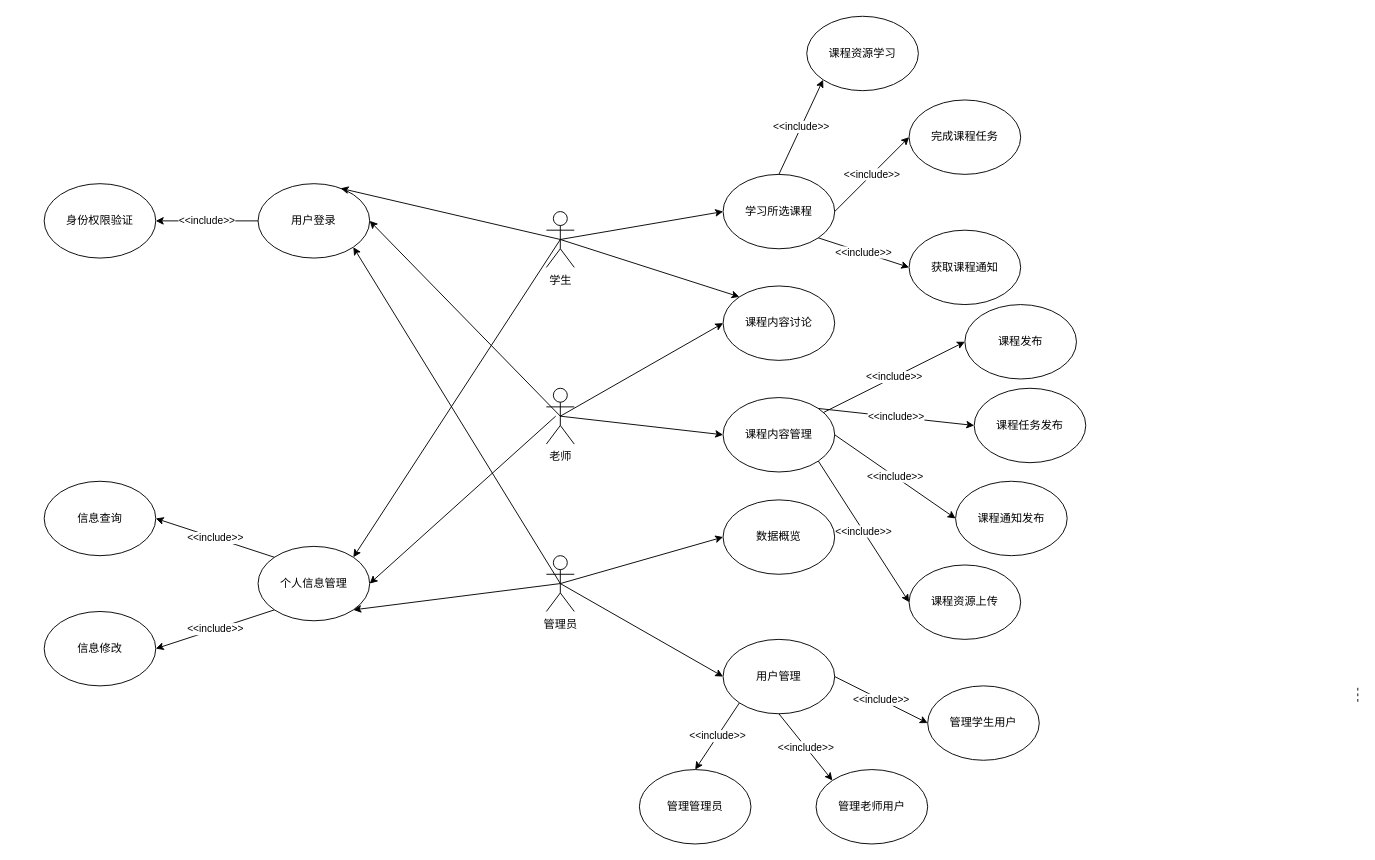
YuChenLiao/UML keeps this draw.io diagram as 未命名绘图.drawio. Above is the earlier version. Source tidied: cells renumbered, new cells numbered last; positions are measured from the earlier drawing's top-left corner, leaving out a move shared by most shapes. Both pictures are drawn from the tidied source at 93%, with x=0, y=0 at pixel (44, 16).
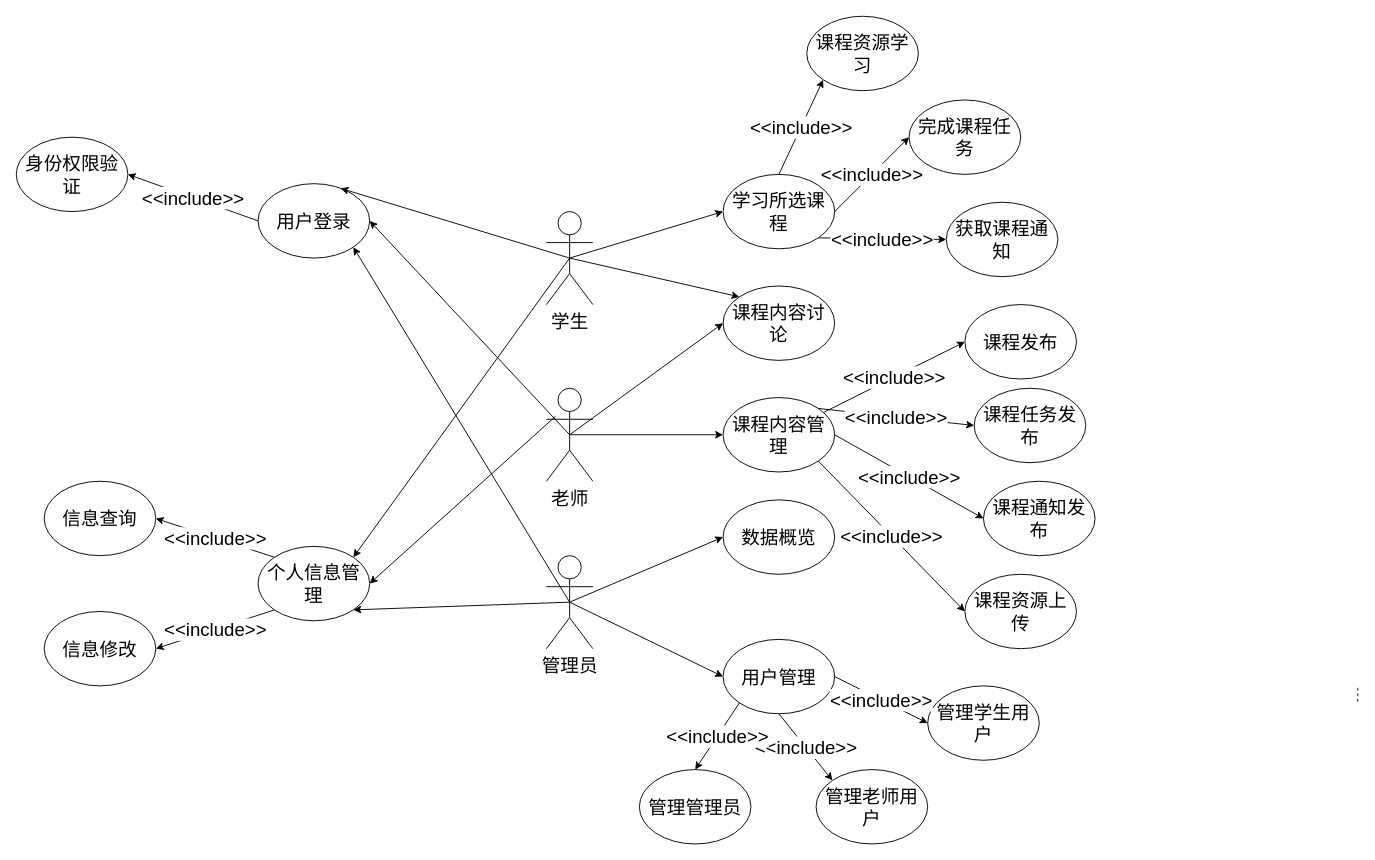
Above is the later version.

Commit message:
更新未命名绘图.drawio

Diff of the diagram source:
```diff
@@
-    <mxCell id="3" value="学生" style="shape=umlActor;verticalLabelPosition=bottom;verticalAlign=top;html=1;outlineConnect=0;" parent="1" vertex="1">
-      <mxGeometry x="540" y="210" width="30" height="60" as="geometry" />
+    <mxCell id="3" value="学生" style="shape=umlActor;verticalLabelPosition=bottom;verticalAlign=top;html=1;outlineConnect=0;fontSize=20;" parent="1" vertex="1">
+      <mxGeometry x="540" y="210" width="50" height="100" as="geometry" />
     </mxCell>
-    <mxCell id="4" value="老师" style="shape=umlActor;verticalLabelPosition=bottom;verticalAlign=top;html=1;outlineConnect=0;" parent="1" vertex="1">
-      <mxGeometry x="540" y="400" width="30" height="60" as="geometry" />
+    <mxCell id="4" value="老师" style="shape=umlActor;verticalLabelPosition=bottom;verticalAlign=top;html=1;outlineConnect=0;fontSize=20;" parent="1" vertex="1">
+      <mxGeometry x="540" y="400" width="50" height="100" as="geometry" />
     </mxCell>
-    <mxCell id="5" value="管理员" style="shape=umlActor;verticalLabelPosition=bottom;verticalAlign=top;html=1;outlineConnect=0;" parent="1" vertex="1">
-      <mxGeometry x="540" y="580" width="30" height="60" as="geometry" />
+    <mxCell id="5" value="管理员" style="shape=umlActor;verticalLabelPosition=bottom;verticalAlign=top;html=1;outlineConnect=0;fontSize=20;" parent="1" vertex="1">
+      <mxGeometry x="540" y="580" width="50" height="100" as="geometry" />
     </mxCell>
-    <mxCell id="6" value="用户登录" style="ellipse;whiteSpace=wrap;html=1;" parent="1" vertex="1">
+    <mxCell id="6" value="用户登录" style="ellipse;whiteSpace=wrap;html=1;fontSize=20;" parent="1" vertex="1">
       <mxGeometry x="230" y="180" width="120" height="80" as="geometry" />
     </mxCell>
-    <mxCell id="7" value="个人信息管理" style="ellipse;whiteSpace=wrap;html=1;" parent="1" vertex="1">
+    <mxCell id="7" value="个人信息管理" style="ellipse;whiteSpace=wrap;html=1;fontSize=20;" parent="1" vertex="1">
       <mxGeometry x="230" y="570" width="120" height="80" as="geometry" />
     </mxCell>
-    <mxCell id="8" style="endArrow=classic;html=1;rounded=0;exitX=0.5;exitY=0.5;exitDx=0;exitDy=0;exitPerimeter=0;entryX=0.74;entryY=0.063;entryDx=0;entryDy=0;entryPerimeter=0;" parent="1" edge="1" source="3" target="6">
+    <mxCell id="8" style="endArrow=classic;html=1;rounded=0;exitX=0.5;exitY=0.5;exitDx=0;exitDy=0;exitPerimeter=0;entryX=0.74;entryY=0.063;entryDx=0;entryDy=0;entryPerimeter=0;fontSize=20;" parent="1" edge="1" source="3" target="6">
       <mxGeometry relative="1" as="geometry" />
     </mxCell>
-    <mxCell id="9" style="endArrow=classic;html=1;rounded=0;exitX=0.5;exitY=0.5;exitDx=0;exitDy=0;exitPerimeter=0;entryX=1;entryY=0.5;entryDx=0;entryDy=0;" parent="1" edge="1" source="4" target="6">
+    <mxCell id="9" style="endArrow=classic;html=1;rounded=0;exitX=0.5;exitY=0.5;exitDx=0;exitDy=0;exitPerimeter=0;entryX=1;entryY=0.5;entryDx=0;entryDy=0;fontSize=20;" parent="1" edge="1" source="4" target="6">
       <mxGeometry relative="1" as="geometry" />
     </mxCell>
-    <mxCell id="10" style="endArrow=classic;html=1;rounded=0;exitX=0.5;exitY=0.5;exitDx=0;exitDy=0;exitPerimeter=0;entryX=1;entryY=1;entryDx=0;entryDy=0;" parent="1" edge="1" source="5" target="6">
+    <mxCell id="10" style="endArrow=classic;html=1;rounded=0;exitX=0.5;exitY=0.5;exitDx=0;exitDy=0;exitPerimeter=0;entryX=1;entryY=1;entryDx=0;entryDy=0;fontSize=20;" parent="1" edge="1" source="5" target="6">
       <mxGeometry relative="1" as="geometry" />
     </mxCell>
-    <mxCell id="11" style="endArrow=classic;html=1;rounded=0;entryX=1;entryY=0.5;entryDx=0;entryDy=0;" parent="1" edge="1" target="7">
+    <mxCell id="11" style="endArrow=classic;html=1;rounded=0;entryX=1;entryY=0.5;entryDx=0;entryDy=0;fontSize=20;" parent="1" edge="1" target="7">
       <mxGeometry relative="1" as="geometry">
         <mxPoint x="550" y="430" as="sourcePoint" />
       </mxGeometry>
     </mxCell>
-    <mxCell id="12" style="endArrow=classic;html=1;rounded=0;exitX=0.5;exitY=0.5;exitDx=0;exitDy=0;exitPerimeter=0;entryX=1;entryY=0;entryDx=0;entryDy=0;" parent="1" edge="1" source="3" target="7">
+    <mxCell id="12" style="endArrow=classic;html=1;rounded=0;exitX=0.5;exitY=0.5;exitDx=0;exitDy=0;exitPerimeter=0;entryX=1;entryY=0;entryDx=0;entryDy=0;fontSize=20;" parent="1" edge="1" source="3" target="7">
       <mxGeometry relative="1" as="geometry" />
     </mxCell>
-    <mxCell id="13" style="endArrow=classic;html=1;rounded=0;exitX=0.5;exitY=0.5;exitDx=0;exitDy=0;exitPerimeter=0;entryX=1;entryY=1;entryDx=0;entryDy=0;" parent="1" edge="1" source="5" target="7">
+    <mxCell id="13" style="endArrow=classic;html=1;rounded=0;exitX=0.5;exitY=0.5;exitDx=0;exitDy=0;exitPerimeter=0;entryX=1;entryY=1;entryDx=0;entryDy=0;fontSize=20;" parent="1" edge="1" source="5" target="7">
       <mxGeometry relative="1" as="geometry" />
     </mxCell>
-    <mxCell id="14" value="学习所选课程" style="ellipse;whiteSpace=wrap;html=1;" parent="1" vertex="1">
+    <mxCell id="14" value="学习所选课程" style="ellipse;whiteSpace=wrap;html=1;fontSize=20;" parent="1" vertex="1">
       <mxGeometry x="730" y="170" width="120" height="80" as="geometry" />
     </mxCell>
-    <mxCell id="15" value="课程内容讨论" style="ellipse;whiteSpace=wrap;html=1;" parent="1" vertex="1">
+    <mxCell id="15" value="课程内容讨论" style="ellipse;whiteSpace=wrap;html=1;fontSize=20;" parent="1" vertex="1">
       <mxGeometry x="730" y="290" width="120" height="80" as="geometry" />
     </mxCell>
-    <mxCell id="16" value="课程内容管理" style="ellipse;whiteSpace=wrap;html=1;" parent="1" vertex="1">
+    <mxCell id="16" value="课程内容管理" style="ellipse;whiteSpace=wrap;html=1;fontSize=20;" parent="1" vertex="1">
       <mxGeometry x="730" y="410" width="120" height="80" as="geometry" />
     </mxCell>
-    <mxCell id="17" value="用户管理" style="ellipse;whiteSpace=wrap;html=1;" parent="1" vertex="1">
+    <mxCell id="17" value="用户管理" style="ellipse;whiteSpace=wrap;html=1;fontSize=20;" parent="1" vertex="1">
       <mxGeometry x="730" y="670" width="120" height="80" as="geometry" />
     </mxCell>
-    <mxCell id="18" value="数据概览" style="ellipse;whiteSpace=wrap;html=1;" parent="1" vertex="1">
+    <mxCell id="18" value="数据概览" style="ellipse;whiteSpace=wrap;html=1;fontSize=20;" parent="1" vertex="1">
       <mxGeometry x="730" y="520" width="120" height="80" as="geometry" />
     </mxCell>
-    <mxCell id="19" style="endArrow=classic;html=1;rounded=0;exitX=0.5;exitY=0.5;exitDx=0;exitDy=0;exitPerimeter=0;entryX=0;entryY=0.5;entryDx=0;entryDy=0;" parent="1" edge="1" source="5" target="17">
+    <mxCell id="19" style="endArrow=classic;html=1;rounded=0;exitX=0.5;exitY=0.5;exitDx=0;exitDy=0;exitPerimeter=0;entryX=0;entryY=0.5;entryDx=0;entryDy=0;fontSize=20;" parent="1" edge="1" source="5" target="17">
       <mxGeometry relative="1" as="geometry" />
     </mxCell>
-    <mxCell id="20" style="endArrow=classic;html=1;rounded=0;exitX=0.5;exitY=0.5;exitDx=0;exitDy=0;exitPerimeter=0;entryX=0;entryY=0.5;entryDx=0;entryDy=0;" parent="1" edge="1" source="5" target="18">
+    <mxCell id="20" style="endArrow=classic;html=1;rounded=0;exitX=0.5;exitY=0.5;exitDx=0;exitDy=0;exitPerimeter=0;entryX=0;entryY=0.5;entryDx=0;entryDy=0;fontSize=20;" parent="1" edge="1" source="5" target="18">
       <mxGeometry relative="1" as="geometry" />
     </mxCell>
-    <mxCell id="21" style="endArrow=classic;html=1;rounded=0;exitX=0.5;exitY=0.5;exitDx=0;exitDy=0;exitPerimeter=0;entryX=0;entryY=0.5;entryDx=0;entryDy=0;" parent="1" edge="1" source="3" target="14">
+    <mxCell id="21" style="endArrow=classic;html=1;rounded=0;exitX=0.5;exitY=0.5;exitDx=0;exitDy=0;exitPerimeter=0;entryX=0;entryY=0.5;entryDx=0;entryDy=0;fontSize=20;" parent="1" edge="1" source="3" target="14">
       <mxGeometry relative="1" as="geometry" />
     </mxCell>
-    <mxCell id="22" style="endArrow=classic;html=1;rounded=0;exitX=0.5;exitY=0.5;exitDx=0;exitDy=0;exitPerimeter=0;entryX=0;entryY=0;entryDx=0;entryDy=0;" parent="1" edge="1" source="3" target="15">
+    <mxCell id="22" style="endArrow=classic;html=1;rounded=0;exitX=0.5;exitY=0.5;exitDx=0;exitDy=0;exitPerimeter=0;entryX=0;entryY=0;entryDx=0;entryDy=0;fontSize=20;" parent="1" edge="1" source="3" target="15">
       <mxGeometry relative="1" as="geometry" />
     </mxCell>
-    <mxCell id="23" style="endArrow=classic;html=1;rounded=0;exitX=0.5;exitY=0.5;exitDx=0;exitDy=0;exitPerimeter=0;entryX=0;entryY=0.5;entryDx=0;entryDy=0;" parent="1" edge="1" source="4" target="15">
+    <mxCell id="23" style="endArrow=classic;html=1;rounded=0;exitX=0.5;exitY=0.5;exitDx=0;exitDy=0;exitPerimeter=0;entryX=0;entryY=0.5;entryDx=0;entryDy=0;fontSize=20;" parent="1" edge="1" source="4" target="15">
       <mxGeometry relative="1" as="geometry" />
     </mxCell>
-    <mxCell id="24" style="endArrow=classic;html=1;rounded=0;exitX=0.5;exitY=0.5;exitDx=0;exitDy=0;exitPerimeter=0;entryX=0;entryY=0.5;entryDx=0;entryDy=0;" parent="1" edge="1" source="4" target="16">
+    <mxCell id="24" style="endArrow=classic;html=1;rounded=0;exitX=0.5;exitY=0.5;exitDx=0;exitDy=0;exitPerimeter=0;entryX=0;entryY=0.5;entryDx=0;entryDy=0;fontSize=20;" parent="1" edge="1" source="4" target="16">
       <mxGeometry relative="1" as="geometry" />
     </mxCell>
-    <mxCell id="25" value="身份权限验证" style="ellipse;whiteSpace=wrap;html=1;" parent="1" vertex="1">
-      <mxGeometry y="180" width="120" height="80" as="geometry" />
+    <mxCell id="25" value="身份权限验证" style="ellipse;whiteSpace=wrap;html=1;fontSize=20;" parent="1" vertex="1">
+      <mxGeometry x="-30" y="130" width="120" height="80" as="geometry" />
     </mxCell>
-    <mxCell id="26" value="&amp;lt;&amp;lt;include&amp;gt;&amp;gt;" style="endArrow=classic;html=1;rounded=0;exitX=0;exitY=0.5;exitDx=0;exitDy=0;entryX=1;entryY=0.5;entryDx=0;entryDy=0;" parent="1" edge="1" source="6" target="25">
+    <mxCell id="26" value="&amp;lt;&amp;lt;include&amp;gt;&amp;gt;" style="endArrow=classic;html=1;rounded=0;exitX=0;exitY=0.5;exitDx=0;exitDy=0;entryX=1;entryY=0.5;entryDx=0;entryDy=0;fontSize=20;" parent="1" edge="1" source="6" target="25">
       <mxGeometry relative="1" as="geometry" />
     </mxCell>
-    <mxCell id="27" value="信息查询" style="ellipse;whiteSpace=wrap;html=1;" parent="1" vertex="1">
+    <mxCell id="27" value="信息查询" style="ellipse;whiteSpace=wrap;html=1;fontSize=20;" parent="1" vertex="1">
       <mxGeometry y="500" width="120" height="80" as="geometry" />
     </mxCell>
-    <mxCell id="28" value="信息修改" style="ellipse;whiteSpace=wrap;html=1;" parent="1" vertex="1">
+    <mxCell id="28" value="信息修改" style="ellipse;whiteSpace=wrap;html=1;fontSize=20;" parent="1" vertex="1">
       <mxGeometry y="640" width="120" height="80" as="geometry" />
     </mxCell>
-    <mxCell id="29" value="&amp;lt;&amp;lt;include&amp;gt;&amp;gt;" style="endArrow=classic;html=1;rounded=0;exitX=0;exitY=0;exitDx=0;exitDy=0;entryX=1;entryY=0.5;entryDx=0;entryDy=0;" parent="1" edge="1" source="7" target="27">
+    <mxCell id="29" value="&amp;lt;&amp;lt;include&amp;gt;&amp;gt;" style="endArrow=classic;html=1;rounded=0;exitX=0;exitY=0;exitDx=0;exitDy=0;entryX=1;entryY=0.5;entryDx=0;entryDy=0;fontSize=20;" parent="1" edge="1" source="7" target="27">
       <mxGeometry relative="1" as="geometry" />
     </mxCell>
-    <mxCell id="30" value="&amp;lt;&amp;lt;include&amp;gt;&amp;gt;" style="endArrow=classic;html=1;rounded=0;exitX=0;exitY=1;exitDx=0;exitDy=0;entryX=1;entryY=0.5;entryDx=0;entryDy=0;" parent="1" edge="1" source="7" target="28">
+    <mxCell id="30" value="&amp;lt;&amp;lt;include&amp;gt;&amp;gt;" style="endArrow=classic;html=1;rounded=0;exitX=0;exitY=1;exitDx=0;exitDy=0;entryX=1;entryY=0.5;entryDx=0;entryDy=0;fontSize=20;" parent="1" edge="1" source="7" target="28">
       <mxGeometry relative="1" as="geometry" />
     </mxCell>
-    <mxCell id="31" value="课程资源学习" style="ellipse;whiteSpace=wrap;html=1;" parent="1" vertex="1">
+    <mxCell id="31" value="课程资源学习" style="ellipse;whiteSpace=wrap;html=1;fontSize=20;" parent="1" vertex="1">
       <mxGeometry x="820" width="120" height="80" as="geometry" />
     </mxCell>
-    <mxCell id="32" value="完成课程任务" style="ellipse;whiteSpace=wrap;html=1;" parent="1" vertex="1">
+    <mxCell id="32" value="完成课程任务" style="ellipse;whiteSpace=wrap;html=1;fontSize=20;" parent="1" vertex="1">
       <mxGeometry x="930" y="90" width="120" height="80" as="geometry" />
     </mxCell>
-    <mxCell id="33" value="获取课程通知" style="ellipse;whiteSpace=wrap;html=1;" parent="1" vertex="1">
-      <mxGeometry x="930" y="230" width="120" height="80" as="geometry" />
+    <mxCell id="33" value="获取课程通知" style="ellipse;whiteSpace=wrap;html=1;fontSize=20;" parent="1" vertex="1">
+      <mxGeometry x="970" y="200" width="120" height="80" as="geometry" />
     </mxCell>
-    <mxCell id="34" value="课程任务发布" style="ellipse;whiteSpace=wrap;html=1;" parent="1" vertex="1">
+    <mxCell id="34" value="课程任务发布" style="ellipse;whiteSpace=wrap;html=1;fontSize=20;" parent="1" vertex="1">
       <mxGeometry x="1000" y="400" width="120" height="80" as="geometry" />
     </mxCell>
-    <mxCell id="35" value="课程通知发布" style="ellipse;whiteSpace=wrap;html=1;" parent="1" vertex="1">
-      <mxGeometry x="980" y="500" width="120" height="80" as="geometry" />
+    <mxCell id="35" value="课程通知发布" style="ellipse;whiteSpace=wrap;html=1;fontSize=20;" parent="1" vertex="1">
+      <mxGeometry x="1010" y="500" width="120" height="80" as="geometry" />
     </mxCell>
-    <mxCell id="36" value="课程资源上传" style="ellipse;whiteSpace=wrap;html=1;" parent="1" vertex="1">
-      <mxGeometry x="930" y="590" width="120" height="80" as="geometry" />
+    <mxCell id="36" value="课程资源上传" style="ellipse;whiteSpace=wrap;html=1;fontSize=20;" parent="1" vertex="1">
+      <mxGeometry x="990" y="600" width="120" height="80" as="geometry" />
     </mxCell>
-    <mxCell id="37" value="管理老师用户" style="ellipse;whiteSpace=wrap;html=1;" parent="1" vertex="1">
+    <mxCell id="37" value="管理老师用户" style="ellipse;whiteSpace=wrap;html=1;fontSize=20;" parent="1" vertex="1">
       <mxGeometry x="830" y="810" width="120" height="80" as="geometry" />
     </mxCell>
-    <mxCell id="38" value="管理学生用户" style="ellipse;whiteSpace=wrap;html=1;" parent="1" vertex="1">
+    <mxCell id="38" value="管理学生用户" style="ellipse;whiteSpace=wrap;html=1;fontSize=20;" parent="1" vertex="1">
       <mxGeometry x="950" y="720" width="120" height="80" as="geometry" />
     </mxCell>
-    <mxCell id="39" value="管理管理员" style="ellipse;whiteSpace=wrap;html=1;" parent="1" vertex="1">
+    <mxCell id="39" value="管理管理员" style="ellipse;whiteSpace=wrap;html=1;fontSize=20;" parent="1" vertex="1">
       <mxGeometry x="640" y="810" width="120" height="80" as="geometry" />
     </mxCell>
-    <mxCell id="40" value="&amp;lt;&amp;lt;include&amp;gt;&amp;gt;" style="endArrow=classic;html=1;rounded=0;exitX=0.5;exitY=0;exitDx=0;exitDy=0;entryX=0;entryY=1;entryDx=0;entryDy=0;" parent="1" edge="1" source="14" target="31">
+    <mxCell id="40" value="&amp;lt;&amp;lt;include&amp;gt;&amp;gt;" style="endArrow=classic;html=1;rounded=0;exitX=0.5;exitY=0;exitDx=0;exitDy=0;entryX=0;entryY=1;entryDx=0;entryDy=0;fontSize=20;" parent="1" edge="1" source="14" target="31">
       <mxGeometry relative="1" as="geometry" />
     </mxCell>
-    <mxCell id="41" value="&amp;lt;&amp;lt;include&amp;gt;&amp;gt;" style="endArrow=classic;html=1;rounded=0;exitX=1;exitY=0.5;exitDx=0;exitDy=0;entryX=0;entryY=0.5;entryDx=0;entryDy=0;" parent="1" edge="1" source="14" target="32">
+    <mxCell id="41" value="&amp;lt;&amp;lt;include&amp;gt;&amp;gt;" style="endArrow=classic;html=1;rounded=0;exitX=1;exitY=0.5;exitDx=0;exitDy=0;entryX=0;entryY=0.5;entryDx=0;entryDy=0;fontSize=20;" parent="1" edge="1" source="14" target="32">
       <mxGeometry relative="1" as="geometry" />
     </mxCell>
-    <mxCell id="42" value="&amp;lt;&amp;lt;include&amp;gt;&amp;gt;" style="endArrow=classic;html=1;rounded=0;exitX=1;exitY=1;exitDx=0;exitDy=0;entryX=0;entryY=0.5;entryDx=0;entryDy=0;" parent="1" edge="1" source="14" target="33">
+    <mxCell id="42" value="&amp;lt;&amp;lt;include&amp;gt;&amp;gt;" style="endArrow=classic;html=1;rounded=0;exitX=1;exitY=1;exitDx=0;exitDy=0;entryX=0;entryY=0.5;entryDx=0;entryDy=0;fontSize=20;" parent="1" edge="1" source="14" target="33">
       <mxGeometry relative="1" as="geometry" />
     </mxCell>
-    <mxCell id="43" value="&amp;lt;&amp;lt;include&amp;gt;&amp;gt;" style="endArrow=classic;html=1;rounded=0;exitX=1;exitY=0;exitDx=0;exitDy=0;entryX=0;entryY=0.5;entryDx=0;entryDy=0;" parent="1" edge="1" source="16" target="34">
+    <mxCell id="43" value="&amp;lt;&amp;lt;include&amp;gt;&amp;gt;" style="endArrow=classic;html=1;rounded=0;exitX=1;exitY=0;exitDx=0;exitDy=0;entryX=0;entryY=0.5;entryDx=0;entryDy=0;fontSize=20;" parent="1" edge="1" source="16" target="34">
       <mxGeometry relative="1" as="geometry" />
     </mxCell>
-    <mxCell id="44" value="&amp;lt;&amp;lt;include&amp;gt;&amp;gt;" style="endArrow=classic;html=1;rounded=0;exitX=1;exitY=0.5;exitDx=0;exitDy=0;entryX=0;entryY=0.5;entryDx=0;entryDy=0;" parent="1" edge="1" source="16" target="35">
+    <mxCell id="44" value="&amp;lt;&amp;lt;include&amp;gt;&amp;gt;" style="endArrow=classic;html=1;rounded=0;exitX=1;exitY=0.5;exitDx=0;exitDy=0;entryX=0;entryY=0.5;entryDx=0;entryDy=0;fontSize=20;" parent="1" edge="1" source="16" target="35">
       <mxGeometry relative="1" as="geometry" />
     </mxCell>
-    <mxCell id="45" value="&amp;lt;&amp;lt;include&amp;gt;&amp;gt;" style="endArrow=classic;html=1;rounded=0;exitX=1;exitY=1;exitDx=0;exitDy=0;entryX=0;entryY=0.5;entryDx=0;entryDy=0;" parent="1" edge="1" source="16" target="36">
+    <mxCell id="45" value="&amp;lt;&amp;lt;include&amp;gt;&amp;gt;" style="endArrow=classic;html=1;rounded=0;exitX=1;exitY=1;exitDx=0;exitDy=0;entryX=0;entryY=0.5;entryDx=0;entryDy=0;fontSize=20;" parent="1" edge="1" source="16" target="36">
       <mxGeometry relative="1" as="geometry" />
     </mxCell>
-    <mxCell id="46" value="&amp;lt;&amp;lt;include&amp;gt;&amp;gt;" style="endArrow=classic;html=1;rounded=0;exitX=1;exitY=0.5;exitDx=0;exitDy=0;entryX=0;entryY=0.5;entryDx=0;entryDy=0;" parent="1" edge="1" source="17" target="38">
+    <mxCell id="46" value="&amp;lt;&amp;lt;include&amp;gt;&amp;gt;" style="endArrow=classic;html=1;rounded=0;exitX=1;exitY=0.5;exitDx=0;exitDy=0;entryX=0;entryY=0.5;entryDx=0;entryDy=0;fontSize=20;" parent="1" edge="1" source="17" target="38">
       <mxGeometry relative="1" as="geometry" />
     </mxCell>
-    <mxCell id="47" value="&amp;lt;&amp;lt;include&amp;gt;&amp;gt;" style="endArrow=classic;html=1;rounded=0;exitX=0.5;exitY=1;exitDx=0;exitDy=0;entryX=0;entryY=0;entryDx=0;entryDy=0;" parent="1" edge="1" source="17" target="37">
+    <mxCell id="47" value="&amp;lt;&amp;lt;include&amp;gt;&amp;gt;" style="endArrow=classic;html=1;rounded=0;exitX=0.5;exitY=1;exitDx=0;exitDy=0;entryX=0;entryY=0;entryDx=0;entryDy=0;fontSize=20;" parent="1" edge="1" source="17" target="37">
       <mxGeometry relative="1" as="geometry" />
     </mxCell>
-    <mxCell id="48" value="&amp;lt;&amp;lt;include&amp;gt;&amp;gt;" style="endArrow=classic;html=1;rounded=0;exitX=0;exitY=1;exitDx=0;exitDy=0;entryX=0.5;entryY=0;entryDx=0;entryDy=0;" parent="1" edge="1" source="17" target="39">
+    <mxCell id="48" value="&amp;lt;&amp;lt;include&amp;gt;&amp;gt;" style="endArrow=classic;html=1;rounded=0;exitX=0;exitY=1;exitDx=0;exitDy=0;entryX=0.5;entryY=0;entryDx=0;entryDy=0;fontSize=20;" parent="1" edge="1" source="17" target="39">
       <mxGeometry relative="1" as="geometry" />
     </mxCell>
-    <mxCell id="49" value="课程发布" style="ellipse;whiteSpace=wrap;html=1;" parent="1" vertex="1">
+    <mxCell id="49" value="课程发布" style="ellipse;whiteSpace=wrap;html=1;fontSize=20;" parent="1" vertex="1">
       <mxGeometry x="990" y="310" width="120" height="80" as="geometry" />
     </mxCell>
-    <mxCell id="50" value="&amp;lt;&amp;lt;include&amp;gt;&amp;gt;" style="endArrow=classic;html=1;rounded=0;entryX=0;entryY=0.5;entryDx=0;entryDy=0;" parent="1" edge="1" source="16" target="49">
+    <mxCell id="50" value="&amp;lt;&amp;lt;include&amp;gt;&amp;gt;" style="endArrow=classic;html=1;rounded=0;entryX=0;entryY=0.5;entryDx=0;entryDy=0;fontSize=20;" parent="1" edge="1" source="16" target="49">
       <mxGeometry relative="1" as="geometry" />
     </mxCell>
```
